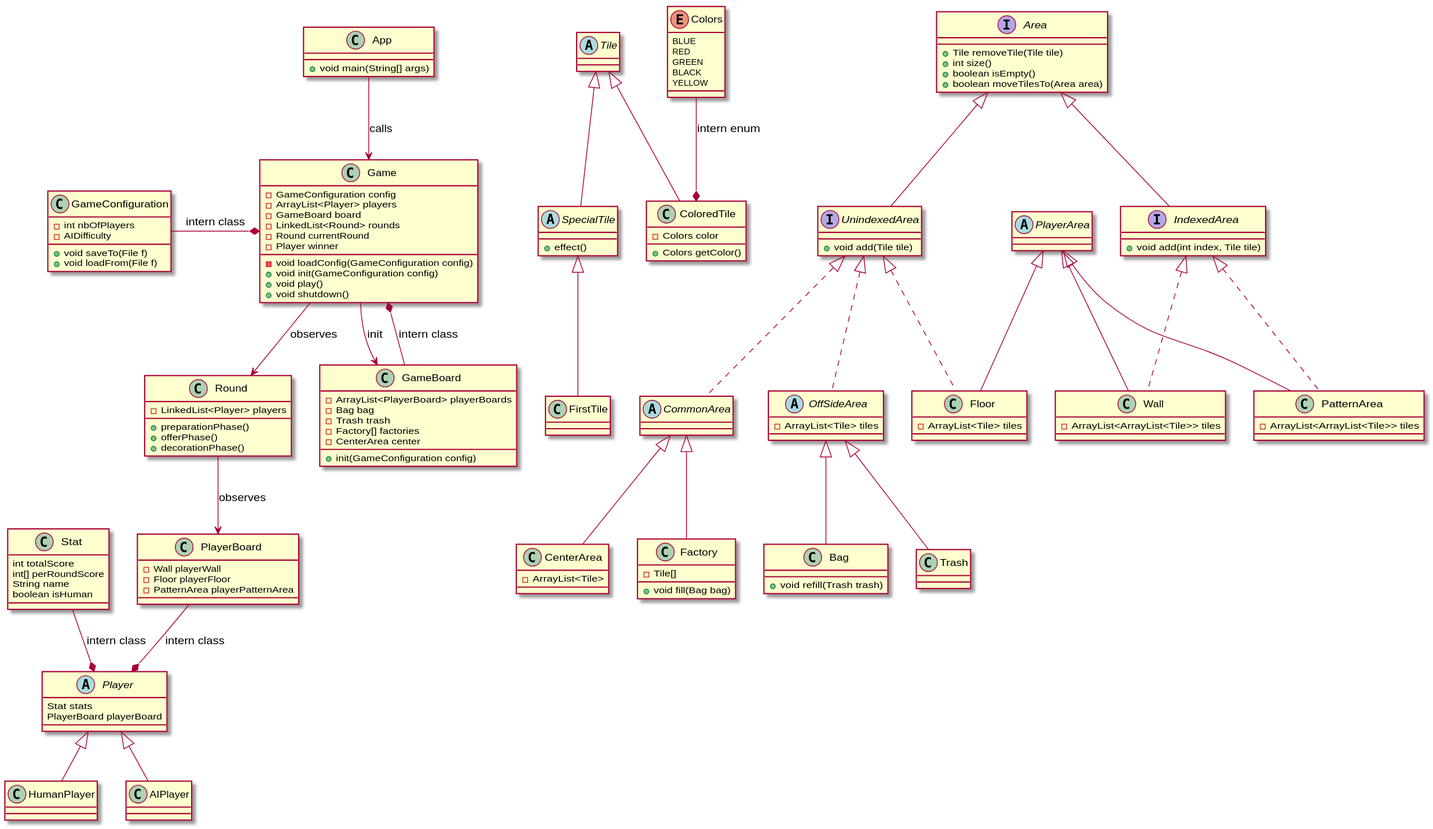
Earlier version of the PlantUML export proj.svg (nsouff/Azul).
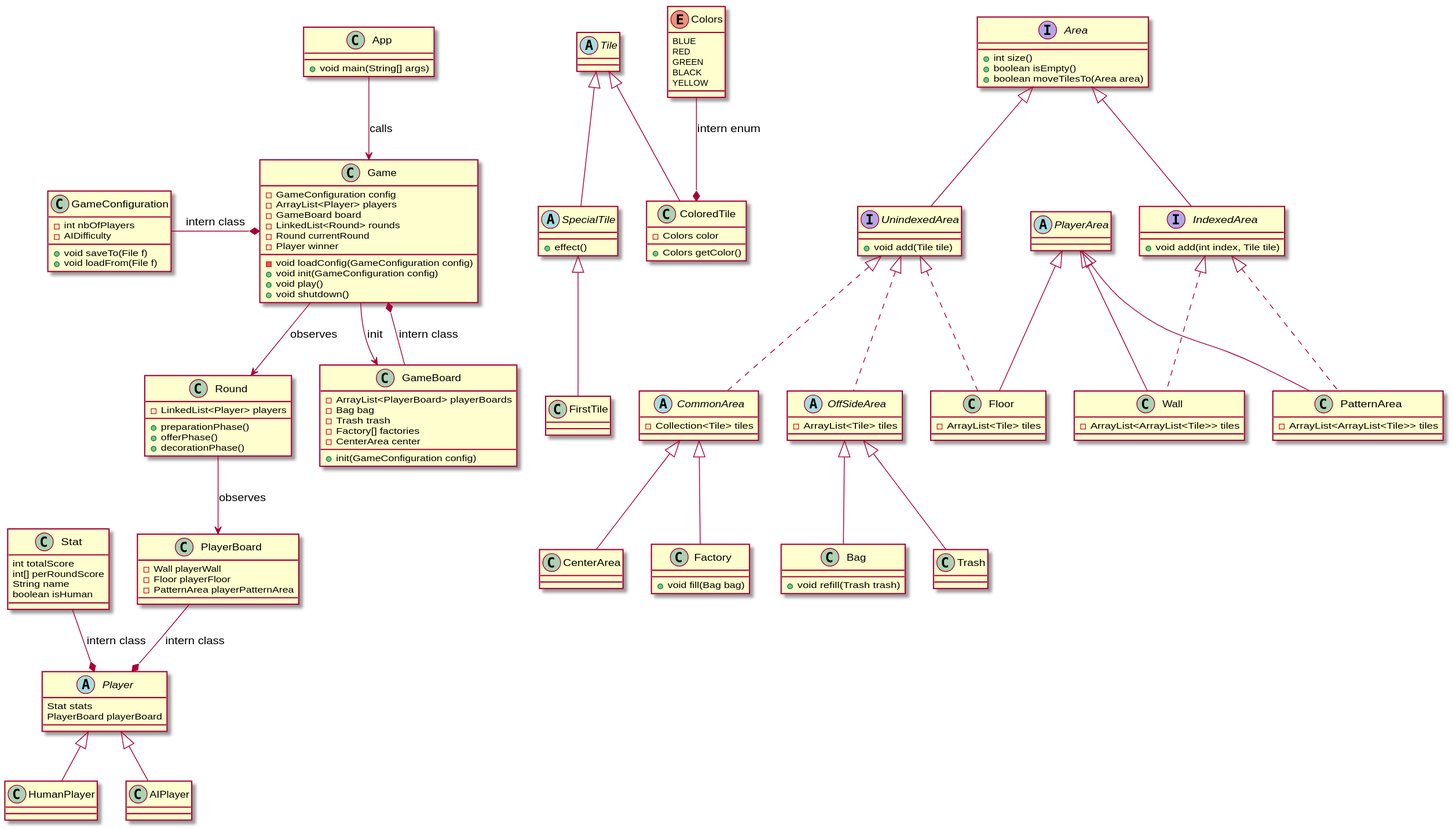
Above is the later version.

Commit message:
Delete removeTile from Area and Add Collection to CommonArea

Change to the diagram source:
```diff
@@ -29,7 +29,6 @@
 
 
 interface Area {
-	+Tile removeTile(Tile tile)
 	+int size()
 	+boolean isEmpty()
 	+boolean moveTilesTo(Area area)
@@ -59,14 +58,12 @@
 
 }
 UnindexedArea <|.. CommonArea
-abstract class CommonArea
+abstract class CommonArea {
+	- Collection<Tile> tiles
+}
 CommonArea <|-- CenterArea
-class CenterArea {
-	-ArrayList<Tile>
-}
 CommonArea <|-- Factory
 class Factory {
-	-Tile[]
 	+void fill(Bag bag)
 }
 
```
